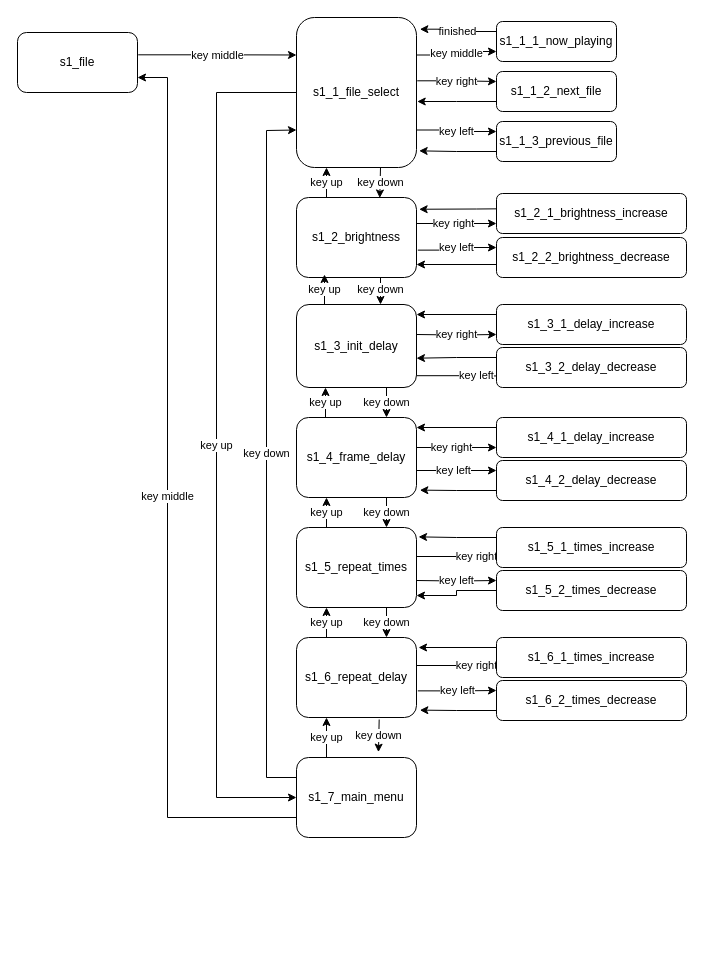
The draw.io diagram docs/state_maschine_drawing.drawio in InScene/pixelstick, before the edit. Source tidied: cells renumbered, new cells numbered last; positions are measured from the earlier drawing's top-left corner, leaving out a move shared by most shapes. Both pictures are drawn from the tidied source at 100%, with x=0, y=0 at pixel (17, 17).
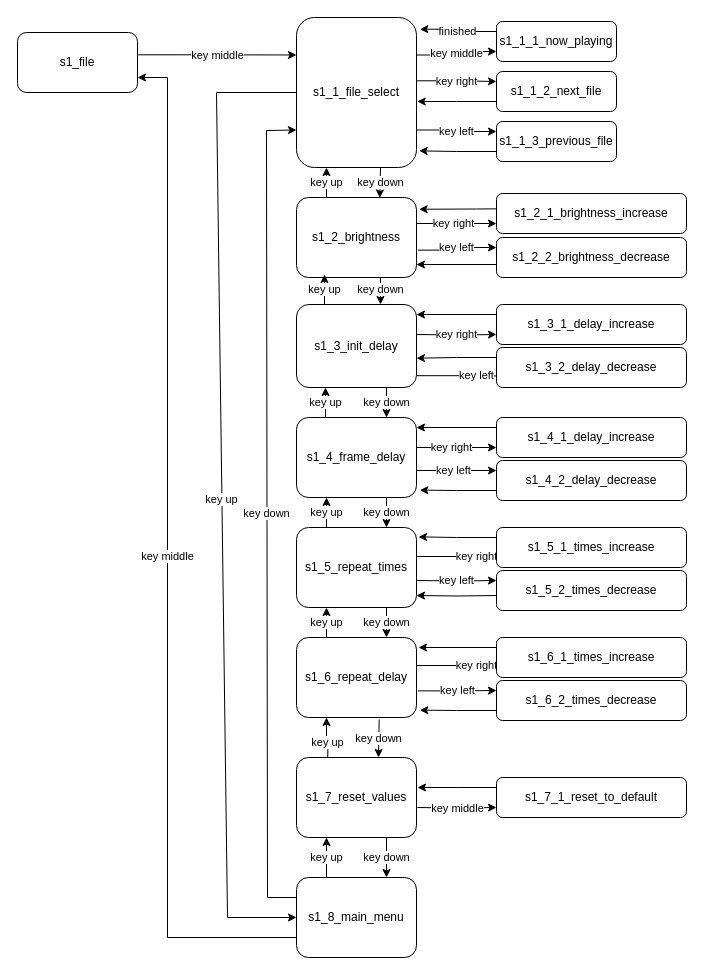
After the change.

Commit message (it also covers changes not shown here):
feature: store and restore values (#5)

Unchanged cells that the change refers to:
```xml
<mxCell id="3" value="s1_file" style="rounded=1;whiteSpace=wrap;html=1;" parent="1" vertex="1">
  <mxGeometry y="15" width="120" height="60" as="geometry" />
</mxCell>
<mxCell id="8" value="s1_1_file_select" style="rounded=1;whiteSpace=wrap;html=1;" parent="1" vertex="1">
  <mxGeometry x="279" width="120" height="150" as="geometry" />
</mxCell>
<mxCell id="28" value="s1_5_repeat_times" style="rounded=1;whiteSpace=wrap;html=1;" parent="1" vertex="1">
  <mxGeometry x="279" y="510" width="120" height="80" as="geometry" />
</mxCell>
<mxCell id="33" value="s1_6_repeat_delay" style="rounded=1;whiteSpace=wrap;html=1;" parent="1" vertex="1">
  <mxGeometry x="279" y="620" width="120" height="80" as="geometry" />
</mxCell>
<mxCell id="60" value="s1_5_2_times_decrease" style="rounded=1;whiteSpace=wrap;html=1;" parent="1" vertex="1">
  <mxGeometry x="479" y="553" width="190" height="40" as="geometry" />
</mxCell>
```

The edit, as a diff of the source:
```diff
@@
-    <mxCell id="30" value="key down" style="edgeStyle=orthogonalEdgeStyle;rounded=0;jettySize=auto;html=1;exitX=0.689;exitY=1.025;exitDx=0;exitDy=0;exitPerimeter=0;entryX=0.683;entryY=-0.067;entryDx=0;entryDy=0;entryPerimeter=0;" parent="1" edge="1" source="33" target="36">
-      <mxGeometry relative="1" as="geometry" />
+    <mxCell id="30" value="key down" style="edgeStyle=orthogonalEdgeStyle;rounded=0;jettySize=auto;html=1;exitX=0.689;exitY=1.025;exitDx=0;exitDy=0;exitPerimeter=0;" parent="1" edge="1" source="33">
+      <mxGeometry relative="1" as="geometry">
+        <mxPoint x="361" y="740" as="targetPoint" />
+      </mxGeometry>
     </mxCell>
@@
-    <mxCell id="34" value="key up" style="edgeStyle=orthogonalEdgeStyle;rounded=0;jettySize=auto;html=1;entryX=0.25;entryY=1;entryDx=0;entryDy=0;exitX=0.25;exitY=0;exitDx=0;exitDy=0;" parent="1" edge="1" source="36" target="33">
-      <mxGeometry relative="1" as="geometry" />
+    <mxCell id="34" value="key up" style="edgeStyle=orthogonalEdgeStyle;rounded=0;jettySize=auto;html=1;entryX=0.25;entryY=1;entryDx=0;entryDy=0;" parent="1" edge="1" target="33">
+      <mxGeometry relative="1" as="geometry">
+        <mxPoint x="310" y="750" as="sourcePoint" />
+      </mxGeometry>
     </mxCell>
     <mxCell id="35" value="key middle" style="edgeStyle=orthogonalEdgeStyle;rounded=0;jettySize=auto;html=1;exitX=0;exitY=0.75;exitDx=0;exitDy=0;entryX=1;entryY=0.75;entryDx=0;entryDy=0;" parent="1" edge="1" source="36" target="3">
       <mxGeometry relative="1" as="geometry">
         <Array as="points">
-          <mxPoint x="150" y="800" />
+          <mxPoint x="150" y="920" />
           <mxPoint x="150" y="60" />
         </Array>
       </mxGeometry>
     </mxCell>
+    <mxCell id="65" value="key up" style="edgeStyle=orthogonalEdgeStyle;rounded=0;jettySize=auto;html=1;exitX=0.25;exitY=0;exitDx=0;exitDy=0;entryX=0.25;entryY=1;entryDx=0;entryDy=0;" parent="1" edge="1" source="36" target="68">
+      <mxGeometry relative="1" as="geometry" />
+    </mxCell>
-    <mxCell id="36" value="s1_7_main_menu" style="rounded=1;whiteSpace=wrap;html=1;" parent="1" vertex="1">
-      <mxGeometry x="279" y="740" width="120" height="80" as="geometry" />
+    <mxCell id="36" value="s1_8_main_menu" style="rounded=1;whiteSpace=wrap;html=1;" parent="1" vertex="1">
+      <mxGeometry x="279" y="860" width="120" height="80" as="geometry" />
     </mxCell>
     <mxCell id="37" value="key down" style="endArrow=classic;html=1;rounded=0;exitX=0;exitY=0.25;exitDx=0;exitDy=0;entryX=0;entryY=0.75;entryDx=0;entryDy=0;" parent="1" edge="1" source="36" target="8">
       <mxGeometry relative="1" as="geometry">
         <Array as="points">
-          <mxPoint x="249" y="760" />
+          <mxPoint x="250" y="880" />
           <mxPoint x="249" y="113" />
         </Array>
       </mxGeometry>
     </mxCell>
     <mxCell id="38" value="key up" style="endArrow=classic;html=1;rounded=0;entryX=0;entryY=0.5;entryDx=0;entryDy=0;exitX=0;exitY=0.5;exitDx=0;exitDy=0;" parent="1" edge="1" source="8" target="36">
       <mxGeometry relative="1" as="geometry">
         <Array as="points">
           <mxPoint x="199" y="75" />
-          <mxPoint x="199" y="780" />
+          <mxPoint x="210" y="900" />
         </Array>
       </mxGeometry>
     </mxCell>
@@
-    <mxCell id="59" style="edgeStyle=orthogonalEdgeStyle;rounded=0;jettySize=auto;html=1;exitX=0;exitY=0.5;exitDx=0;exitDy=0;entryX=1;entryY=0.85;entryDx=0;entryDy=0;entryPerimeter=0;" parent="1" edge="1" source="60" target="28">
-      <mxGeometry relative="1" as="geometry" />
+    <mxCell id="59" style="edgeStyle=orthogonalEdgeStyle;rounded=0;jettySize=auto;html=1;entryX=1;entryY=0.85;entryDx=0;entryDy=0;entryPerimeter=0;" parent="1" edge="1" target="28">
+      <mxGeometry relative="1" as="geometry">
+        <mxPoint x="480" y="578" as="sourcePoint" />
+      </mxGeometry>
     </mxCell>
@@
+    <mxCell id="66" value="key down" style="edgeStyle=orthogonalEdgeStyle;rounded=0;jettySize=auto;html=1;exitX=0.75;exitY=1;exitDx=0;exitDy=0;entryX=0.75;entryY=0;entryDx=0;entryDy=0;" parent="1" edge="1" source="68" target="36">
+      <mxGeometry relative="1" as="geometry" />
+    </mxCell>
+    <mxCell id="67" value="key middle" style="edgeStyle=orthogonalEdgeStyle;rounded=0;jettySize=auto;html=1;entryX=0;entryY=0.75;entryDx=0;entryDy=0;" parent="1" edge="1" target="70">
+      <mxGeometry relative="1" as="geometry">
+        <mxPoint x="400" y="790" as="sourcePoint" />
+      </mxGeometry>
+    </mxCell>
+    <mxCell id="68" value="s1_7_reset_values" style="rounded=1;whiteSpace=wrap;html=1;" parent="1" vertex="1">
+      <mxGeometry x="279" y="740" width="120" height="80" as="geometry" />
+    </mxCell>
+    <mxCell id="69" style="edgeStyle=orthogonalEdgeStyle;rounded=0;jettySize=auto;html=1;exitX=0;exitY=0.25;exitDx=0;exitDy=0;" parent="1" edge="1" source="70">
+      <mxGeometry relative="1" as="geometry">
+        <mxPoint x="400" y="770" as="targetPoint" />
+      </mxGeometry>
+    </mxCell>
+    <mxCell id="70" value="s1_7_1_reset_to_default" style="rounded=1;whiteSpace=wrap;html=1;" parent="1" vertex="1">
+      <mxGeometry x="479" y="760" width="190" height="40" as="geometry" />
+    </mxCell>
```
